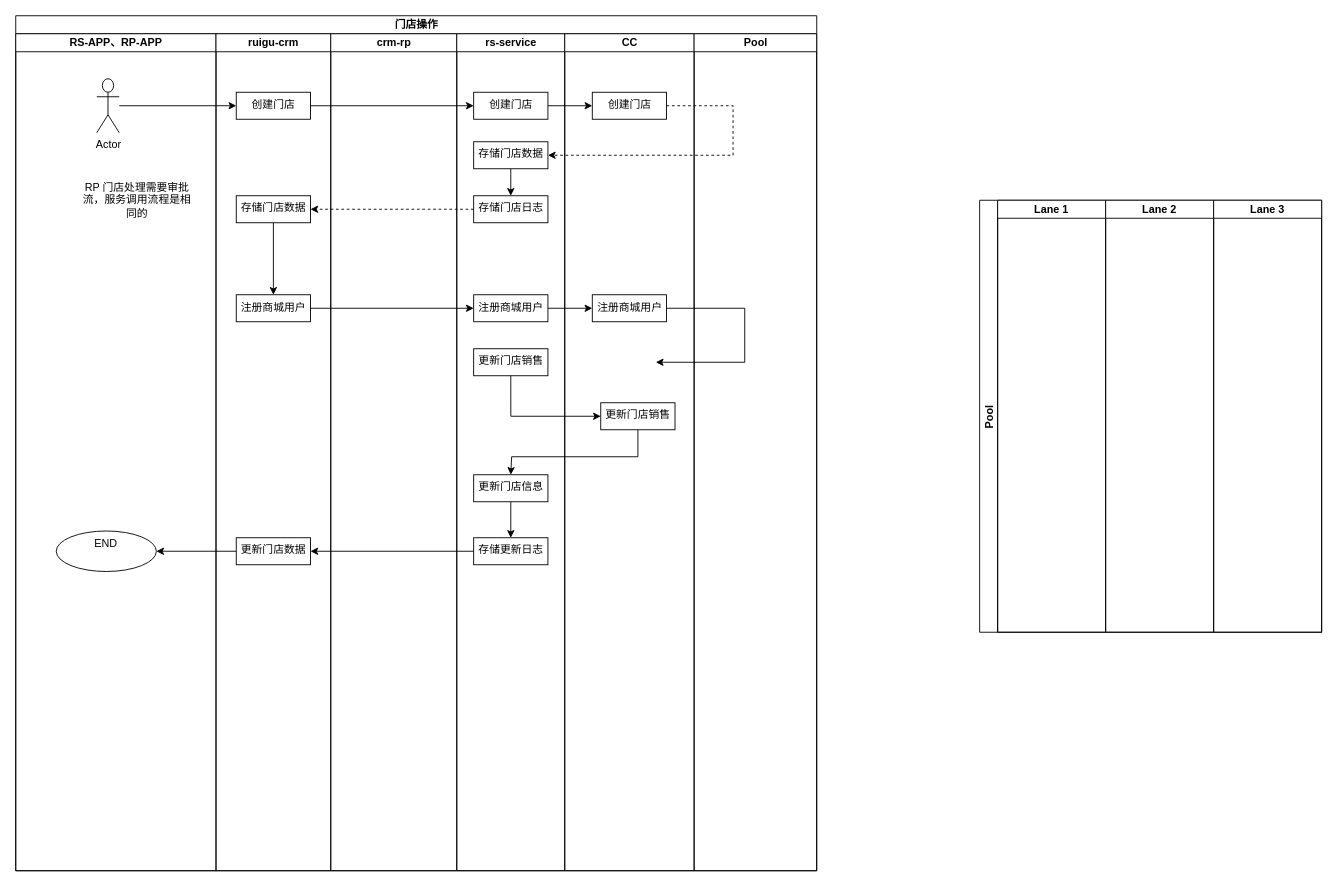
Earlier version of the draw.io diagram 2025-渠道门店核心流程.drawio (shixiaoding/draw). Source tidied: cells renumbered, new cells numbered last; positions are measured from the earlier drawing's top-left corner, leaving out a move shared by most shapes. Both pictures are drawn from the tidied source at 90%, with x=0, y=0 at pixel (15, 15).
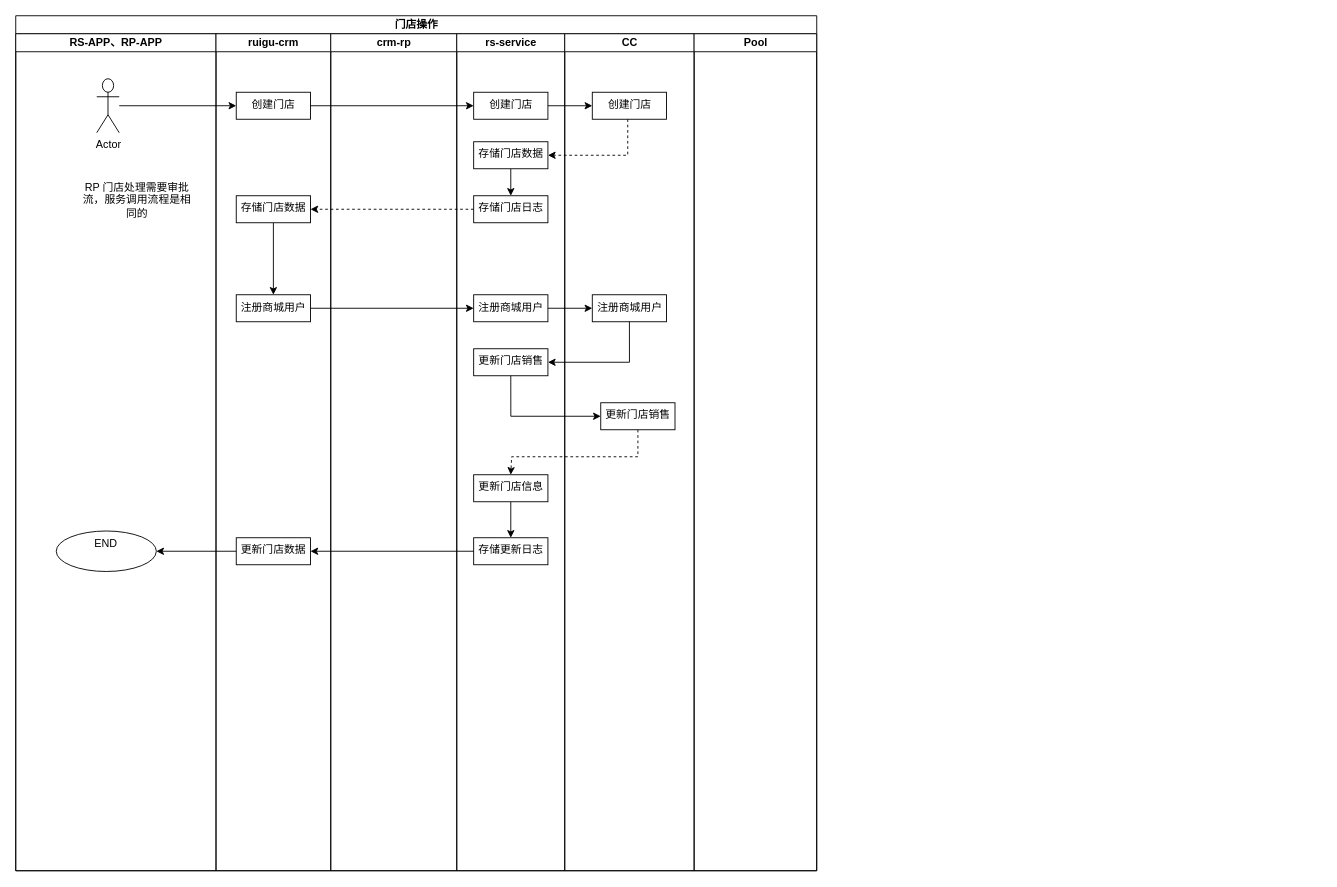
Above is the later version.

Commit message (it also covers changes not shown here):
更新2025-渠道门店核心流程.drawio

Unchanged cells that the change refers to:
```xml
<mxCell id="2" value="门店操作" style="swimlane;startSize=20;html=1;" parent="1" vertex="1">
  <mxGeometry width="890" height="950" as="geometry" />
</mxCell>
<mxCell id="17" value="存储门店数据" style="whiteSpace=wrap;html=1;verticalAlign=top;" parent="14" vertex="1">
  <mxGeometry x="18.8" y="120" width="82.5" height="30" as="geometry" />
</mxCell>
<mxCell id="20" value="更新门店销售" style="whiteSpace=wrap;html=1;verticalAlign=top;" parent="14" vertex="1">
  <mxGeometry x="18.8" y="350" width="82.5" height="30" as="geometry" />
</mxCell>
<mxCell id="24" value="CC" style="swimlane;startSize=20;html=1;" parent="2" vertex="1">
  <mxGeometry x="610" y="20" width="143.8" height="930" as="geometry" />
</mxCell>
<mxCell id="25" value="创建门店" style="whiteSpace=wrap;html=1;verticalAlign=top;" parent="24" vertex="1">
  <mxGeometry x="30.6" y="65" width="82.5" height="30" as="geometry" />
</mxCell>
<mxCell id="26" value="注册商城用户" style="whiteSpace=wrap;html=1;verticalAlign=top;" parent="24" vertex="1">
  <mxGeometry x="30.6" y="290" width="82.5" height="30" as="geometry" />
</mxCell>
<mxCell id="28" value="更新门店销售" style="whiteSpace=wrap;html=1;verticalAlign=top;" parent="24" vertex="1">
  <mxGeometry x="40" y="410" width="82.5" height="30" as="geometry" />
</mxCell>
```

The edit, as a diff of the source:
```diff
@@
-    <mxCell id="27" style="edgeStyle=orthogonalEdgeStyle;rounded=0;jettySize=auto;html=1;" parent="24" edge="1" source="28">
+    <mxCell id="27" style="edgeStyle=orthogonalEdgeStyle;rounded=0;jettySize=auto;html=1;dashed=1;" parent="24" edge="1" source="28">
       <mxGeometry relative="1" as="geometry">
         <mxPoint x="-60" y="490" as="targetPoint" />
         <Array as="points">
           <mxPoint x="81" y="470" />
           <mxPoint x="-59" y="470" />
         </Array>
       </mxGeometry>
     </mxCell>
@@
-    <mxCell id="33" style="edgeStyle=orthogonalEdgeStyle;rounded=0;jettySize=auto;html=1;entryX=1;entryY=0.5;entryDx=0;entryDy=0;dashed=1;" parent="2" edge="1" source="25" target="17">
-      <mxGeometry relative="1" as="geometry">
-        <Array as="points">
-          <mxPoint x="797" y="155" />
-        </Array>
-      </mxGeometry>
-    </mxCell>
@@
-    <mxCell id="37" style="edgeStyle=orthogonalEdgeStyle;rounded=0;jettySize=auto;html=1;entryX=1;entryY=0.5;entryDx=0;entryDy=0;" parent="2" edge="1" source="26">
-      <mxGeometry relative="1" as="geometry">
-        <mxPoint x="711.2" y="385" as="targetPoint" />
-        <Array as="points">
-          <mxPoint x="810" y="385" />
-        </Array>
-      </mxGeometry>
-    </mxCell>
@@
-    <mxCell id="41" value="Pool" style="swimlane;startSize=20;horizontal=0;" parent="1" vertex="1">
-      <mxGeometry x="1071" y="205" width="380" height="480" as="geometry" />
-    </mxCell>
-    <mxCell id="42" value="Lane 1" style="swimlane;startSize=20;" parent="41" vertex="1">
-      <mxGeometry x="20" width="120" height="480" as="geometry" />
-    </mxCell>
-    <mxCell id="43" value="Lane 2" style="swimlane;startSize=20;" parent="41" vertex="1">
-      <mxGeometry x="140" width="120" height="480" as="geometry" />
-    </mxCell>
-    <mxCell id="44" value="Lane 3" style="swimlane;startSize=20;" parent="41" vertex="1">
-      <mxGeometry x="260" width="120" height="480" as="geometry" />
-    </mxCell>
+    <mxCell id="33" style="edgeStyle=orthogonalEdgeStyle;rounded=0;jettySize=auto;html=1;entryX=1;entryY=0.5;entryDx=0;entryDy=0;dashed=1;" parent="2" edge="1" source="25" target="17">
+      <mxGeometry relative="1" as="geometry">
+        <Array as="points">
+          <mxPoint x="680" y="155" />
+        </Array>
+      </mxGeometry>
+    </mxCell>
+    <mxCell id="45" style="edgeStyle=orthogonalEdgeStyle;rounded=0;jettySize=auto;html=1;exitX=0.5;exitY=1;exitDx=0;exitDy=0;entryX=1;entryY=0.5;entryDx=0;entryDy=0;" parent="2" edge="1" source="26" target="20">
+      <mxGeometry relative="1" as="geometry" />
+    </mxCell>
```
